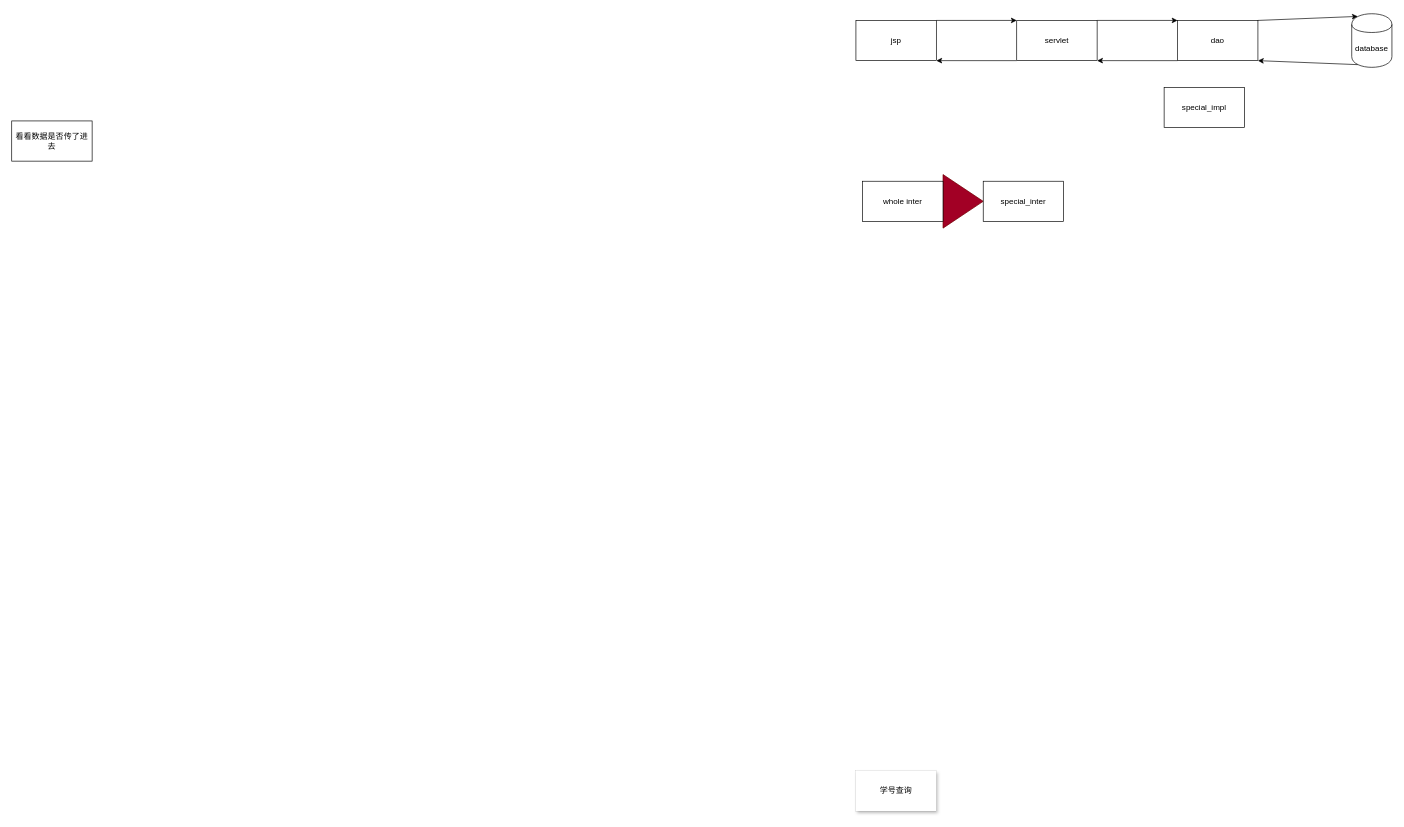
Earlier version of the draw.io diagram dormsys/note/search.drawio (Canwaiting/note). Source tidied: cells renumbered, new cells numbered last; positions are measured from the earlier drawing's top-left corner, leaving out a move shared by most shapes. Both pictures are drawn from the tidied source at 67%, with x=0, y=0 at pixel (11, 13).
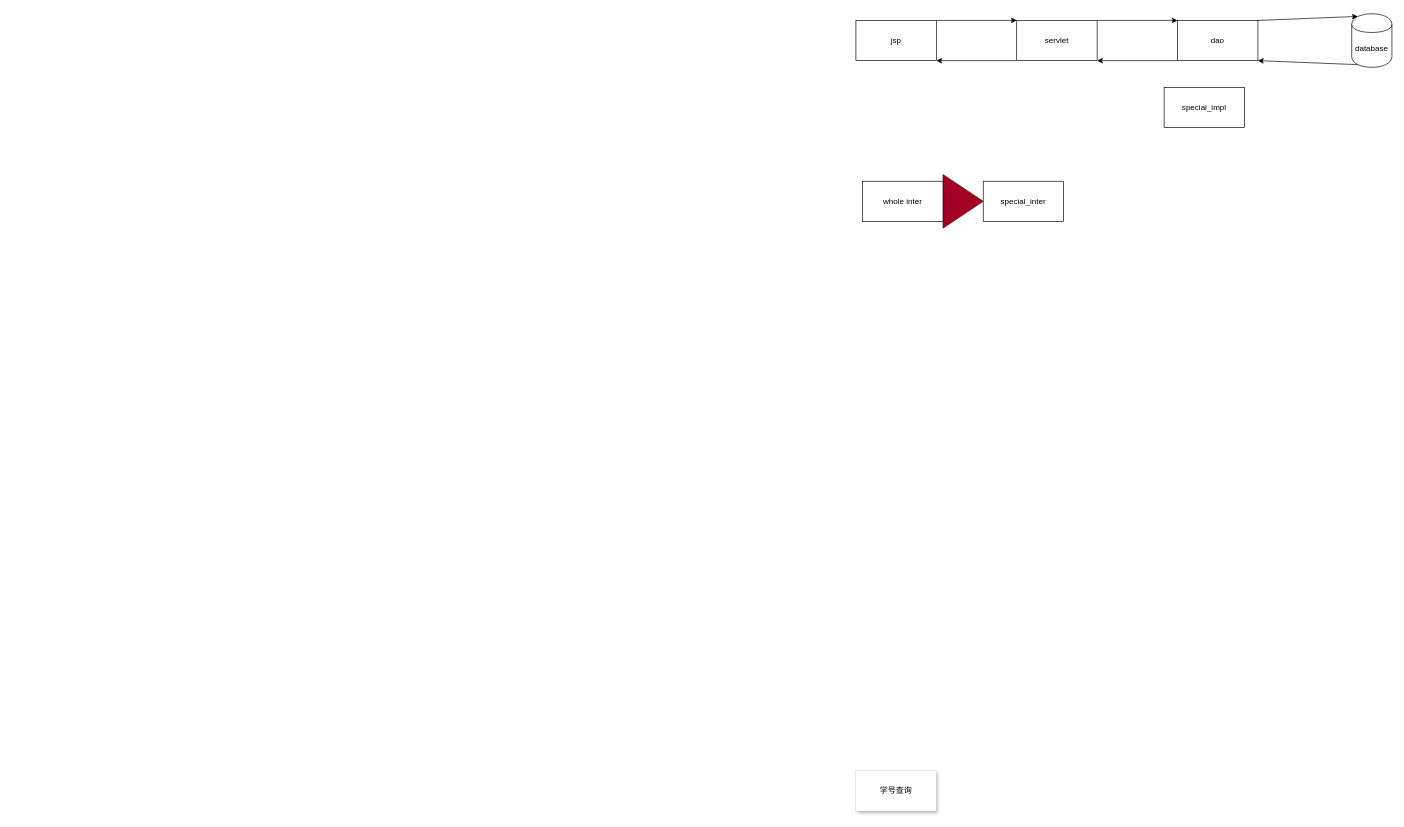
After the change.

Change to the diagram source:
```diff
@@
 <mxGraphModel background="#FFFFFF">
   <root>
     <mxCell id="0" />
     <mxCell id="1" parent="0" />
     <mxCell id="2" value="学号查询" style="whiteSpace=wrap;html=1;shadow=1;strokeWidth=0;" parent="1" vertex="1">
       <mxGeometry x="1260" y="1130" width="120" height="60" as="geometry" />
     </mxCell>
     <mxCell id="3" style="edgeStyle=none;html=1;exitX=1;exitY=0;exitDx=0;exitDy=0;entryX=0;entryY=0;entryDx=0;entryDy=0;strokeColor=#000000;" parent="1" edge="1" source="4" target="7">
       <mxGeometry relative="1" as="geometry" />
     </mxCell>
     <mxCell id="4" value="jsp" style="whiteSpace=wrap;html=1;" parent="1" vertex="1">
       <mxGeometry x="1260" y="10" width="120" height="60" as="geometry" />
     </mxCell>
     <mxCell id="5" style="edgeStyle=none;html=1;exitX=0;exitY=1;exitDx=0;exitDy=0;entryX=1;entryY=1;entryDx=0;entryDy=0;strokeColor=#000000;" parent="1" edge="1" source="7" target="4">
       <mxGeometry relative="1" as="geometry" />
     </mxCell>
     <mxCell id="6" style="edgeStyle=none;html=1;exitX=1;exitY=0;exitDx=0;exitDy=0;entryX=0;entryY=0;entryDx=0;entryDy=0;strokeColor=#000000;" parent="1" edge="1" source="7" target="10">
       <mxGeometry relative="1" as="geometry" />
     </mxCell>
     <mxCell id="7" value="servlet" style="whiteSpace=wrap;html=1;" parent="1" vertex="1">
       <mxGeometry x="1500" y="10" width="120" height="60" as="geometry" />
     </mxCell>
     <mxCell id="8" style="edgeStyle=none;html=1;exitX=0;exitY=1;exitDx=0;exitDy=0;entryX=1;entryY=1;entryDx=0;entryDy=0;strokeColor=#000000;" parent="1" edge="1" source="10" target="7">
       <mxGeometry relative="1" as="geometry" />
     </mxCell>
     <mxCell id="9" style="edgeStyle=none;html=1;exitX=1;exitY=0;exitDx=0;exitDy=0;entryX=0.15;entryY=0.05;entryDx=0;entryDy=0;entryPerimeter=0;strokeColor=#000000;" parent="1" edge="1" source="10" target="12">
       <mxGeometry relative="1" as="geometry" />
     </mxCell>
     <mxCell id="10" value="dao" style="whiteSpace=wrap;html=1;" parent="1" vertex="1">
       <mxGeometry x="1740" y="10" width="120" height="60" as="geometry" />
     </mxCell>
     <mxCell id="11" style="edgeStyle=none;html=1;exitX=0.15;exitY=0.95;exitDx=0;exitDy=0;exitPerimeter=0;entryX=1;entryY=1;entryDx=0;entryDy=0;strokeColor=#000000;" parent="1" edge="1" source="12" target="10">
       <mxGeometry relative="1" as="geometry" />
     </mxCell>
     <mxCell id="12" value="database" style="shape=cylinder;whiteSpace=wrap;html=1;boundedLbl=1;backgroundOutline=1;" parent="1" vertex="1">
       <mxGeometry x="2000" width="60" height="80" as="geometry" />
     </mxCell>
     <mxCell id="13" style="triangle;whiteSpace=wrap;html=1;fillColor=#a20025;strokeColor=#6F0000;fontColor=#ffffff;" parent="1" vertex="1">
       <mxGeometry x="1390" y="240" width="60" height="80" as="geometry" />
     </mxCell>
-    <mxCell id="14" value="看看数据是否传了进去" style="whiteSpace=wrap;html=1;" parent="1" vertex="1">
-      <mxGeometry y="160" width="120" height="60" as="geometry" />
-    </mxCell>
     <mxCell id="15" value="special_inter" style="whiteSpace=wrap;html=1;" parent="1" vertex="1">
       <mxGeometry x="1450" y="250" width="120" height="60" as="geometry" />
     </mxCell>
     <mxCell id="16" value="special_impl" style="whiteSpace=wrap;html=1;" parent="1" vertex="1">
       <mxGeometry x="1720" y="110" width="120" height="60" as="geometry" />
     </mxCell>
     <mxCell id="17" value="whole inter" style="whiteSpace=wrap;html=1;" parent="1" vertex="1">
       <mxGeometry x="1270" y="250" width="120" height="60" as="geometry" />
     </mxCell>
   </root>
 </mxGraphModel>
```
